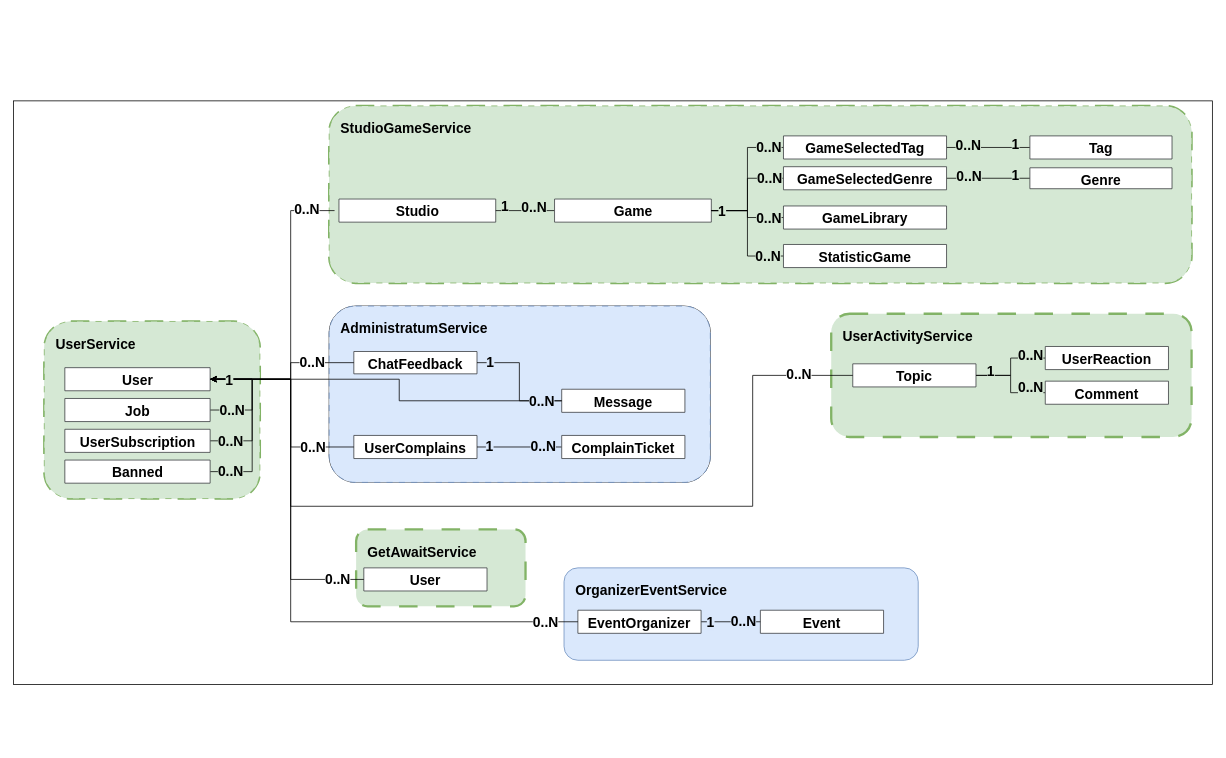
TrondinDS/SNGGame keeps this draw.io diagram as page "ER Global Model" (4 of 6) of doc/bullshit.drawio. Above is the earlier version. Source tidied: cells renumbered, new cells numbered last; positions are measured from the earlier drawing's top-left corner, leaving out a move shared by most shapes. Both pictures are drawn from the tidied source at 77%, with x=0, y=0 at pixel (13, 101).
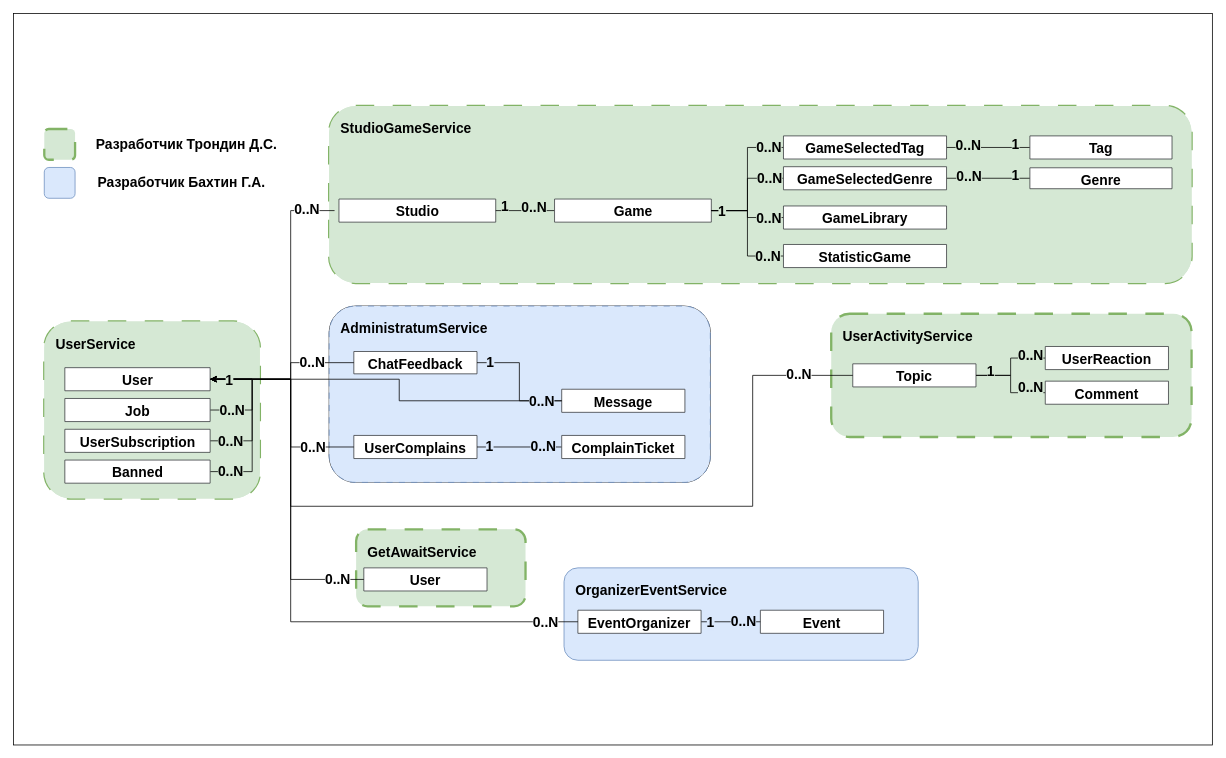
The same page after the edit.

The change refers to these unchanged cells:
```xml
<mxCell id="14" style="group;fontSize=18;fontStyle=1;labelBackgroundColor=light-dark(#e3c800, #ededed);strokeColor=#82b366;dashed=1;dashPattern=8 8;strokeWidth=3;fillColor=#d5e8d4;rounded=1;" parent="1" vertex="1">
  <mxGeometry x="410" y="6" width="1120" height="230" as="geometry" />
</mxCell>
<mxCell id="52" style="group;fontSize=18;fontStyle=1;strokeColor=#82b366;dashed=1;dashPattern=8 8;strokeWidth=3;fillColor=#d5e8d4;rounded=1;" parent="1" vertex="1">
  <mxGeometry x="40" y="286" width="280" height="230" as="geometry" />
</mxCell>
```

The edit, as a diff of the source:
```diff
@@
     <mxCell id="2" style="rounded=0;whiteSpace=wrap;html=1;" parent="1" vertex="1">
-      <mxGeometry y="-0.5" width="1557" height="758" as="geometry" />
+      <mxGeometry y="-114" width="1557" height="950" as="geometry" />
     </mxCell>
@@
-    <mxCell id="15" value="&lt;span style=&quot;text-align: center;&quot;&gt;StudioGameService&lt;/span&gt;" style="rounded=1;whiteSpace=wrap;html=1;dashed=1;dashPattern=8 8;align=left;verticalAlign=top;spacingTop=0;spacing=15;fontSize=18;fontStyle=1;fillColor=#d5e8d4;strokeColor=#82b366;" parent="14" vertex="1">
+    <mxCell id="15" value="&lt;span style=&quot;text-align: center;&quot;&gt;StudioGameService&lt;/span&gt;" style="rounded=1;whiteSpace=wrap;html=1;dashed=1;dashPattern=8 8;align=left;verticalAlign=top;spacingTop=0;spacing=15;fontSize=18;fontStyle=1;fillColor=#d5e8d4;strokeColor=none;" parent="14" vertex="1">
       <mxGeometry width="1120" height="230" as="geometry" />
     </mxCell>
@@
-    <mxCell id="53" value="&lt;span style=&quot;text-align: center;&quot;&gt;UserService&lt;/span&gt;" style="rounded=1;whiteSpace=wrap;html=1;dashed=1;dashPattern=8 8;align=left;verticalAlign=top;spacingTop=0;spacing=15;fontSize=18;fontStyle=1;fillColor=#d5e8d4;strokeColor=#82b366;" parent="52" vertex="1">
+    <mxCell id="53" value="&lt;span style=&quot;text-align: center;&quot;&gt;UserService&lt;/span&gt;" style="rounded=1;whiteSpace=wrap;html=1;dashed=1;dashPattern=8 8;align=left;verticalAlign=top;spacingTop=0;spacing=15;fontSize=18;fontStyle=1;fillColor=#d5e8d4;strokeColor=none;" parent="52" vertex="1">
       <mxGeometry width="280" height="230" as="geometry" />
     </mxCell>
@@
+    <mxCell id="86" style="group;fontSize=18;fontStyle=1;strokeColor=#82b366;dashed=1;dashPattern=8 8;strokeWidth=3;fillColor=#d5e8d4;rounded=1;" parent="1" vertex="1">
+      <mxGeometry x="40" y="36" width="40" height="40" as="geometry" />
+    </mxCell>
+    <mxCell id="87" style="rounded=1;whiteSpace=wrap;html=1;align=left;verticalAlign=top;spacingTop=0;spacing=15;fontSize=18;fontStyle=1;fillColor=#dae8fc;strokeColor=#6c8ebf;" parent="1" vertex="1">
+      <mxGeometry x="40" y="86" width="40" height="40" as="geometry" />
+    </mxCell>
+    <mxCell id="88" value="&lt;span&gt;&lt;b&gt;Разработчик Трондин Д.С.&lt;/b&gt;&lt;/span&gt;" style="text;html=1;align=center;verticalAlign=middle;whiteSpace=wrap;rounded=0;fontSize=18;" parent="1" vertex="1">
+      <mxGeometry x="100" y="41" width="250" height="30" as="geometry" />
+    </mxCell>
+    <mxCell id="89" value="&lt;span&gt;&lt;b&gt;Разработчик Бахтин Г.А.&lt;/b&gt;&lt;/span&gt;" style="text;html=1;align=center;verticalAlign=middle;whiteSpace=wrap;rounded=0;fontSize=18;" parent="1" vertex="1">
+      <mxGeometry x="100" y="91" width="237" height="30" as="geometry" />
+    </mxCell>
```
